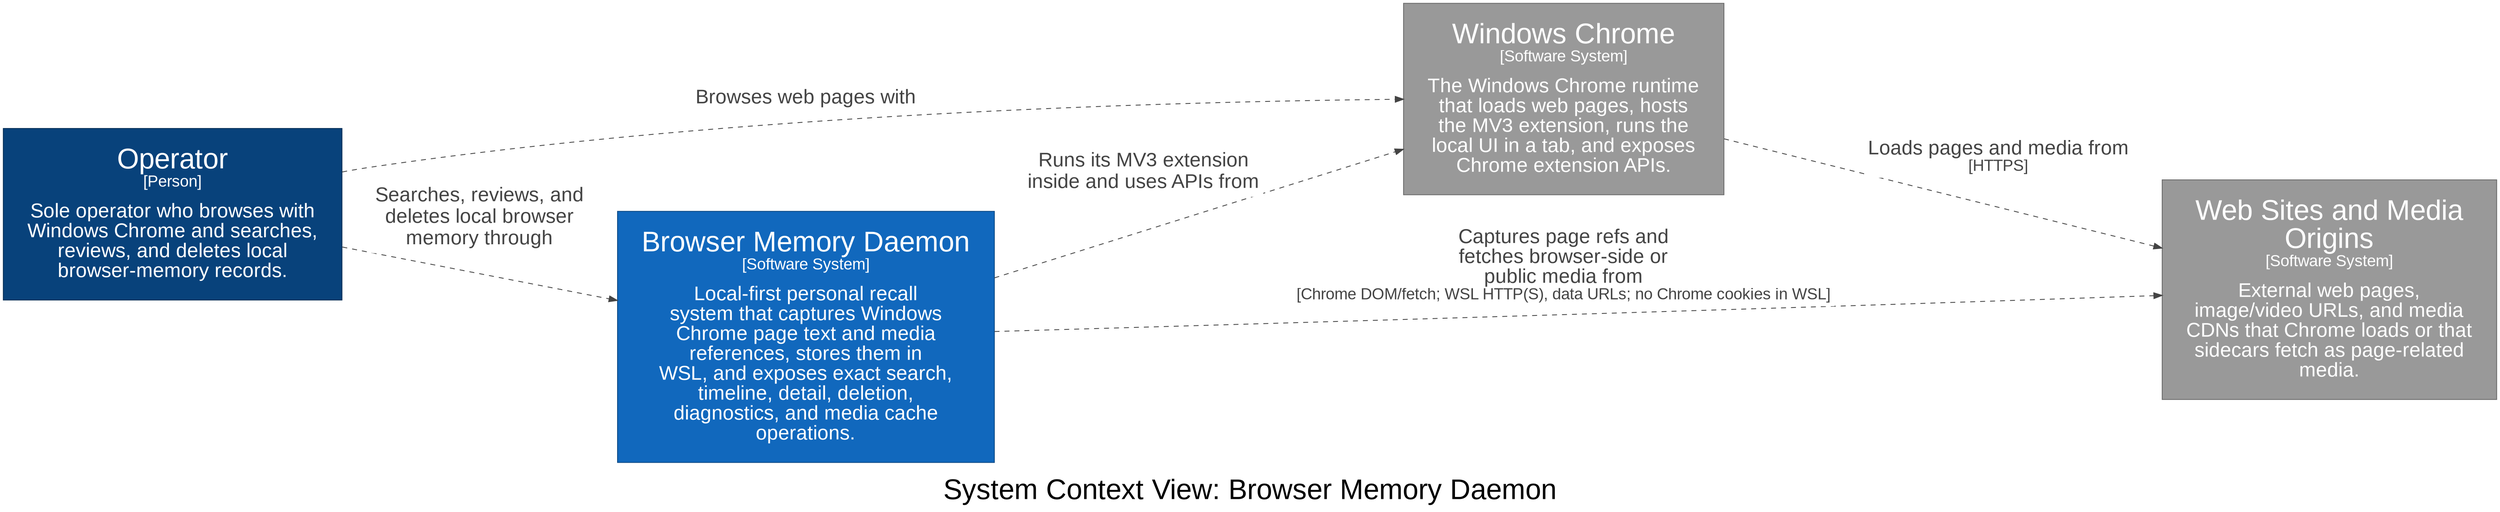
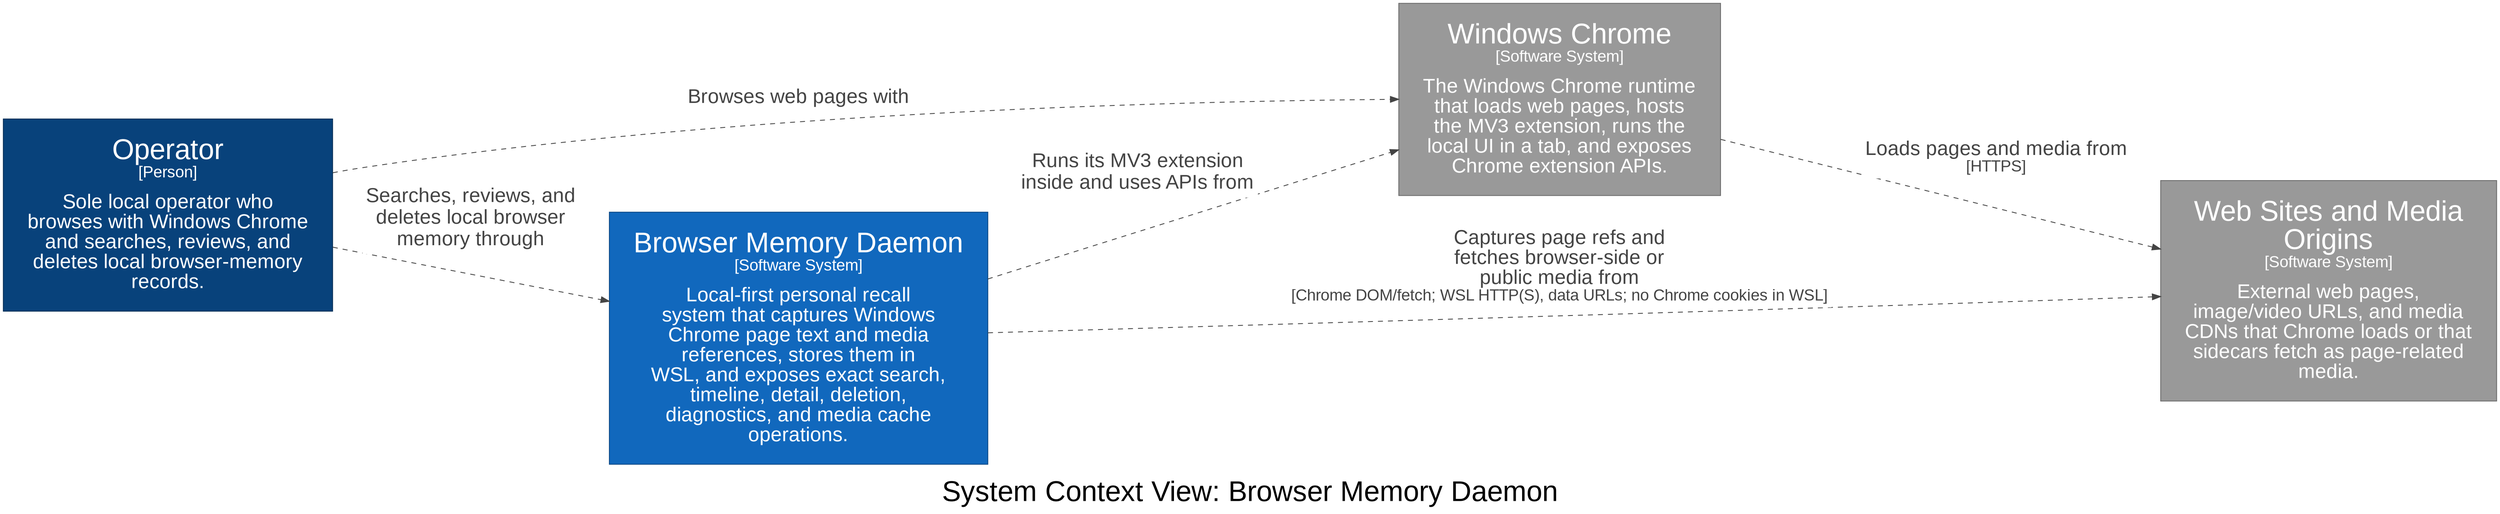
digraph {
  compound=true
  graph [fontname="Arial", rankdir=LR, ranksep=1.0, nodesep=1.0]
  node [fontname="Arial", shape=box, margin="0.4,0.3"]
  edge [fontname="Arial"]
  label=<<br /><font point-size="34">System Context View: Browser Memory Daemon</font>>

-   1 [id=1,shape=rect, label=<<font point-size="34">Operator</font><br /><font point-size="19">[Person]</font><br /><br /><font point-size="24">Sole operator who browses with<br />Windows Chrome and searches,<br />reviews, and deletes local<br />browser-memory records.</font>>, style=filled, color="#052e56", fillcolor="#08427b", fontcolor="#ffffff"]
+   1 [id=1,shape=rect, label=<<font point-size="34">Operator</font><br /><font point-size="19">[Person]</font><br /><br /><font point-size="24">Sole local operator who<br />browses with Windows Chrome<br />and searches, reviews, and<br />deletes local browser-memory<br />records.</font>>, style=filled, color="#052e56", fillcolor="#08427b", fontcolor="#ffffff"]
  2 [id=2,shape=rect, label=<<font point-size="34">Windows Chrome</font><br /><font point-size="19">[Software System]</font><br /><br /><font point-size="24">The Windows Chrome runtime<br />that loads web pages, hosts<br />the MV3 extension, runs the<br />local UI in a tab, and exposes<br />Chrome extension APIs.</font>>, style=filled, color="#6b6b6b", fillcolor="#999999", fontcolor="#ffffff"]
  3 [id=3,shape=rect, label=<<font point-size="34">Web Sites and Media<br />Origins</font><br /><font point-size="19">[Software System]</font><br /><br /><font point-size="24">External web pages,<br />image/video URLs, and media<br />CDNs that Chrome loads or that<br />sidecars fetch as page-related<br />media.</font>>, style=filled, color="#6b6b6b", fillcolor="#999999", fontcolor="#ffffff"]
  4 [id=4,shape=rect, label=<<font point-size="34">Browser Memory Daemon</font><br /><font point-size="19">[Software System]</font><br /><br /><font point-size="24">Local-first personal recall<br />system that captures Windows<br />Chrome page text and media<br />references, stores them in<br />WSL, and exposes exact search,<br />timeline, detail, deletion,<br />diagnostics, and media cache<br />operations.</font>>, style=filled, color="#0b4884", fillcolor="#1168bd", fontcolor="#ffffff"]

  1 -> 2 [id=30, label=<<TABLE BORDER="0" CELLBORDER="0" CELLSPACING="0" CELLPADDING="4" BGCOLOR="white"><TR><TD><font point-size="24">Browses web pages with</font></TD></TR></TABLE>>, style="dashed", color="#444444", fontcolor="#444444"]
  1 -> 4 [id=31, label=<<TABLE BORDER="0" CELLBORDER="0" CELLSPACING="0" CELLPADDING="4" BGCOLOR="white"><TR><TD><font point-size="24">Searches, reviews, and<br />deletes local browser<br />memory through</font></TD></TR></TABLE>>, style="dashed", color="#444444", fontcolor="#444444"]
  2 -> 3 [id=32, label=<<TABLE BORDER="0" CELLBORDER="0" CELLSPACING="0" CELLPADDING="4" BGCOLOR="white"><TR><TD><font point-size="24">Loads pages and media from</font><br /><font point-size="19">[HTTPS]</font></TD></TR></TABLE>>, style="dashed", color="#444444", fontcolor="#444444"]
  4 -> 2 [id=33, label=<<TABLE BORDER="0" CELLBORDER="0" CELLSPACING="0" CELLPADDING="4" BGCOLOR="white"><TR><TD><font point-size="24">Runs its MV3 extension<br />inside and uses APIs from</font></TD></TR></TABLE>>, style="dashed", color="#444444", fontcolor="#444444"]
  4 -> 3 [id=34, label=<<TABLE BORDER="0" CELLBORDER="0" CELLSPACING="0" CELLPADDING="4" BGCOLOR="white"><TR><TD><font point-size="24">Captures page refs and<br />fetches browser-side or<br />public media from</font><br /><font point-size="19">[Chrome DOM/fetch; WSL HTTP(S), data URLs; no Chrome cookies in WSL]</font></TD></TR></TABLE>>, style="dashed", color="#444444", fontcolor="#444444"]

}